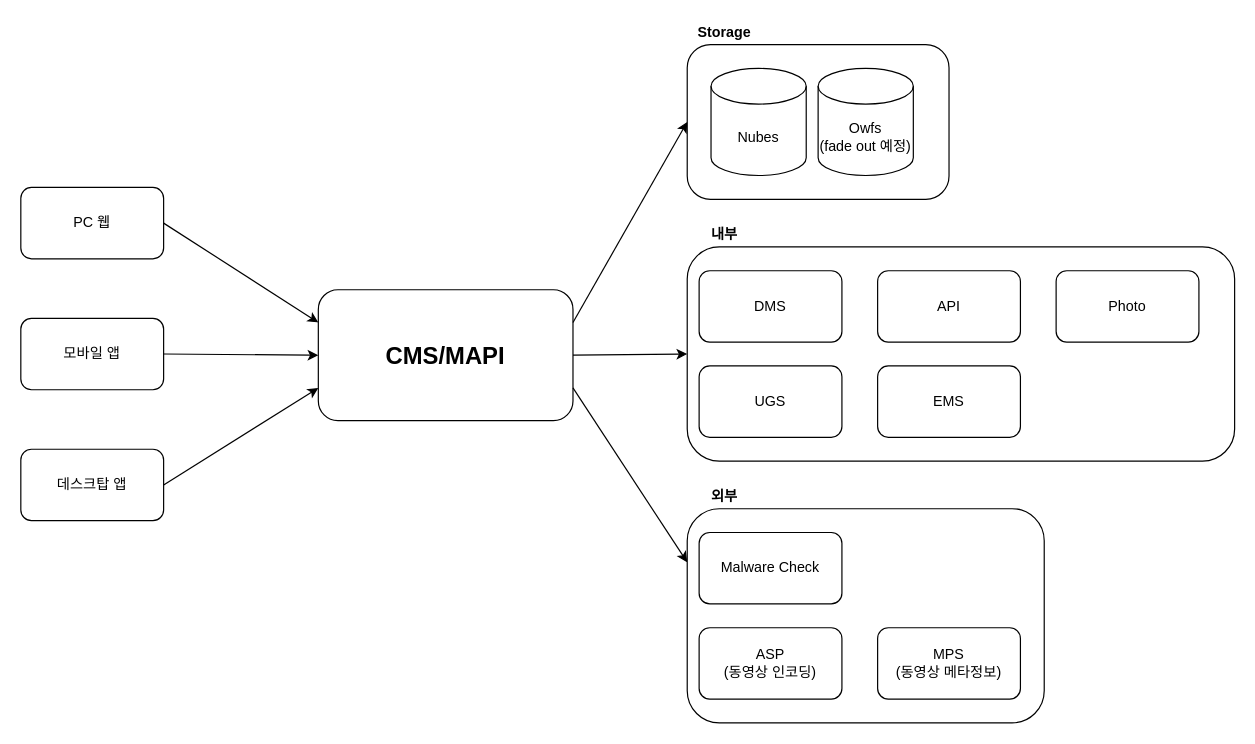
The draw.io diagram draw.io/cms_wiki_image.drawio in tuyy/TIL, before the edit. Source tidied: cells renumbered, new cells numbered last; positions are measured from the earlier drawing's top-left corner, leaving out a move shared by most shapes. Both pictures are drawn from the tidied source at 119%, with x=0, y=0 at pixel (20, 20).
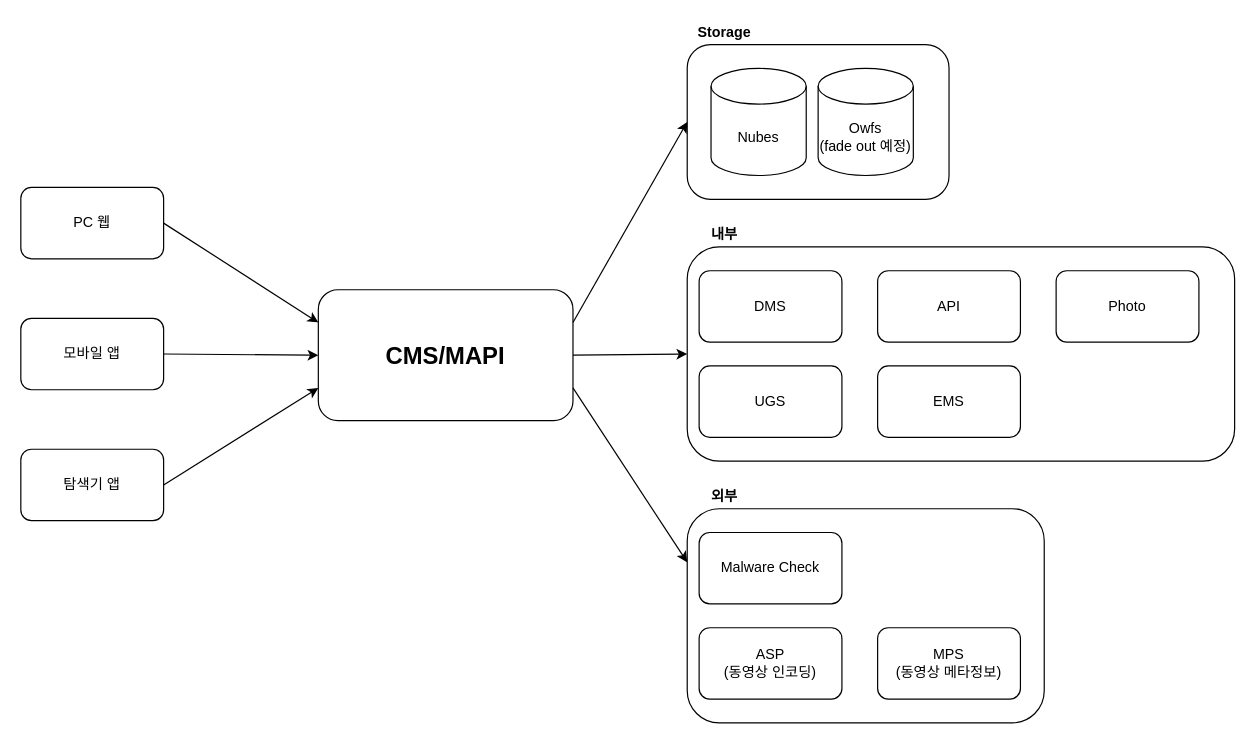
The same page after the edit.

The edit, as a diff of the source:
```diff
@@
-    <mxCell id="25" value="데스크탑 앱" style="rounded=1;whiteSpace=wrap;html=1;" parent="1" vertex="1">
+    <mxCell id="25" value="탐색기 앱" style="rounded=1;whiteSpace=wrap;html=1;" parent="1" vertex="1">
       <mxGeometry y="360" width="120" height="60" as="geometry" />
     </mxCell>
```
